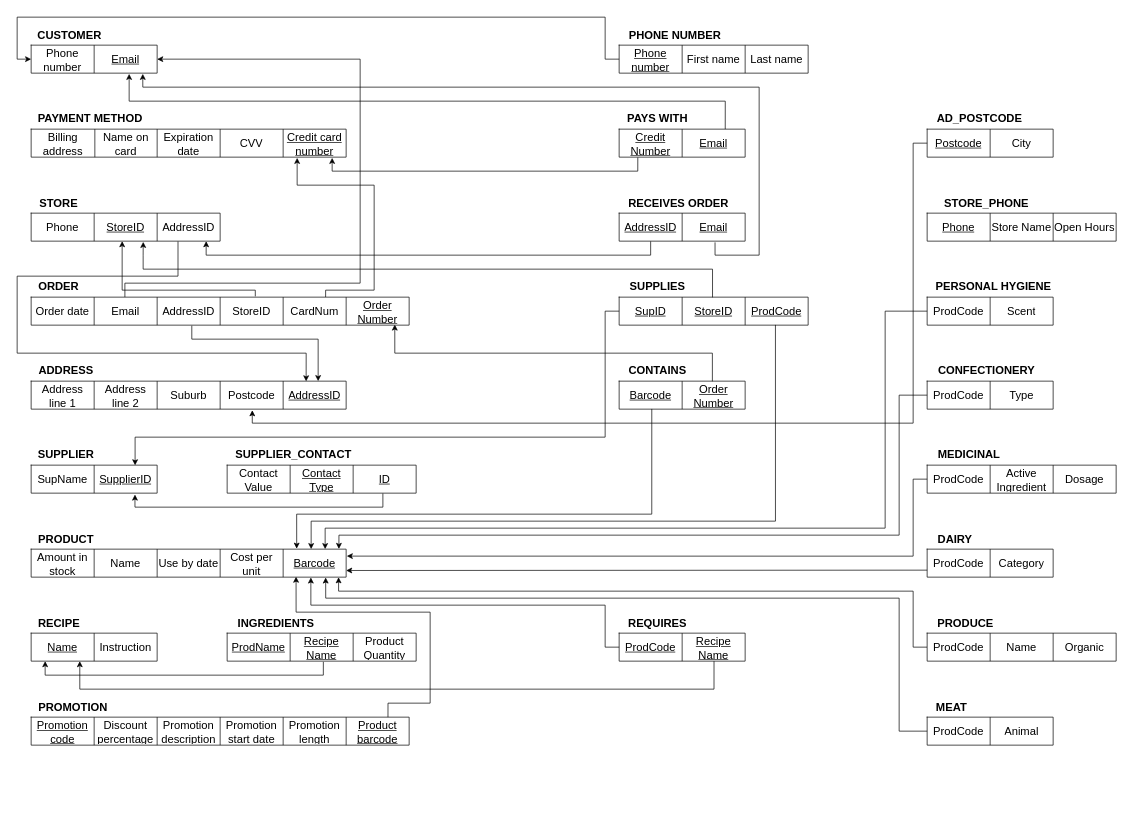
The draw.io diagram normalised-schema.drawio in ThibaudARoy/Group5EntityRelationshipDiagram, before the edit. Source tidied: cells renumbered, new cells numbered last; positions are measured from the earlier drawing's top-left corner, leaving out a move shared by most shapes. Both pictures are drawn from the tidied source at 70%, with x=0, y=0 at pixel (17, 17).
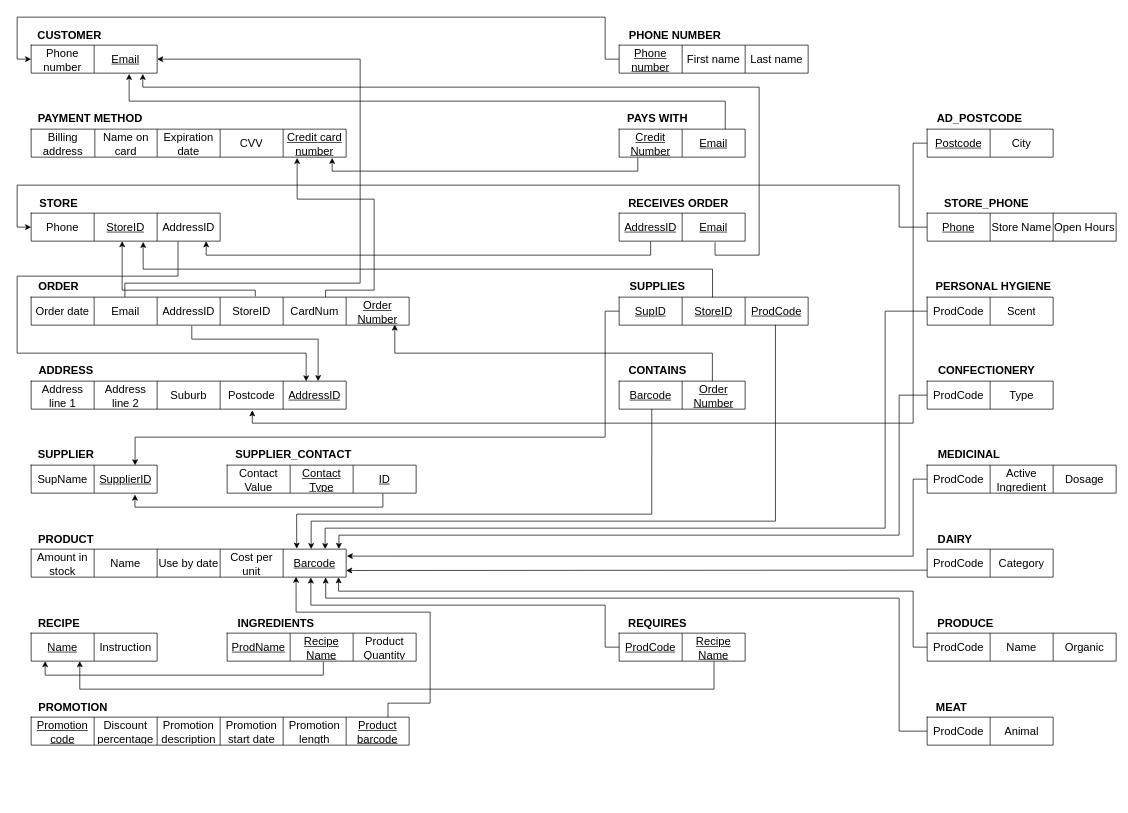
After the change.

Unchanged cells that the change refers to:
```xml
<mxCell id="166" style="shape=tableRow;horizontal=0;startSize=0;swimlaneHead=0;swimlaneBody=0;strokeColor=inherit;top=0;left=0;bottom=0;right=0;fillColor=none;points=[[0,0.5],[1,0.5]];portConstraint=eastwest;fontSize=16;" parent="165" vertex="1">
  <mxGeometry width="540" height="40" as="geometry" />
</mxCell>
<mxCell id="181" style="shape=tableRow;horizontal=0;startSize=0;swimlaneHead=0;swimlaneBody=0;strokeColor=inherit;top=0;left=0;bottom=0;right=0;fillColor=none;points=[[0,0.5],[1,0.5]];portConstraint=eastwest;fontSize=16;" parent="180" vertex="1">
  <mxGeometry width="270" height="40" as="geometry" />
</mxCell>
<mxCell id="187" style="shape=tableRow;horizontal=0;startSize=0;swimlaneHead=0;swimlaneBody=0;strokeColor=inherit;top=0;left=0;bottom=0;right=0;fillColor=none;points=[[0,0.5],[1,0.5]];portConstraint=eastwest;fontSize=16;" parent="186" vertex="1">
  <mxGeometry width="270" height="40" as="geometry" />
</mxCell>
```

The edit, as a diff of the source:
```diff
@@
     <mxCell id="121" style="edgeStyle=orthogonalEdgeStyle;rounded=0;jettySize=auto;html=1;exitX=0.779;exitY=0.007;exitDx=0;exitDy=0;exitPerimeter=0;" parent="1" edge="1" source="166">
       <mxGeometry relative="1" as="geometry">
         <mxPoint x="400" y="201" as="targetPoint" />
         <Array as="points">
           <mxPoint x="441" y="390" />
           <mxPoint x="510" y="390" />
-          <mxPoint x="510" y="240" />
-          <mxPoint x="400" y="240" />
+          <mxPoint x="510" y="260" />
+          <mxPoint x="400" y="260" />
         </Array>
       </mxGeometry>
     </mxCell>
@@
+    <mxCell id="199" style="edgeStyle=orthogonalEdgeStyle;rounded=0;jettySize=auto;html=1;entryX=0;entryY=0.5;entryDx=0;entryDy=0;" parent="1" edge="1" source="187" target="181">
+      <mxGeometry relative="1" as="geometry">
+        <Array as="points">
+          <mxPoint x="1260" y="300" />
+          <mxPoint x="1260" y="240" />
+          <mxPoint y="240" />
+          <mxPoint y="300" />
+        </Array>
+      </mxGeometry>
+    </mxCell>
```
